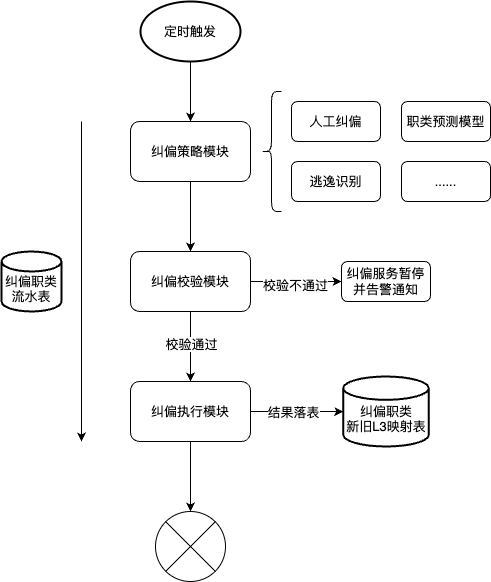
Before: work-draw-file/职类纠偏.png, a diagram exported from draw.io (liujunao/draw-data). Source tidied: cells renumbered, new cells last; positions are measured from the earlier drawing's top-left corner, leaving out a move shared by most shapes.
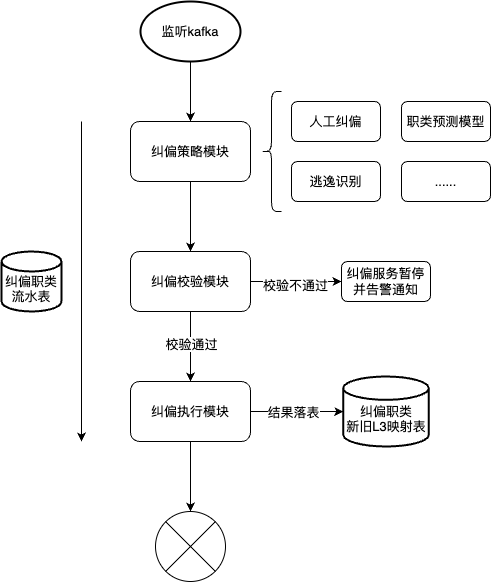
After the commit.

Commit message:
更新职类纠偏.png

The edit, as a diff of the source:
```diff
@@ -44,7 +44,7 @@
     <mxCell id="15" style="edgeStyle=orthogonalEdgeStyle;rounded=0;jettySize=auto;html=1;exitX=0.5;exitY=1;exitDx=0;exitDy=0;exitPerimeter=0;" parent="1" edge="1" source="16" target="12">
       <mxGeometry relative="1" as="geometry" />
     </mxCell>
-    <mxCell id="16" value="定时触发" style="strokeWidth=2;html=1;shape=mxgraph.flowchart.start_1;whiteSpace=wrap;" parent="1" vertex="1">
+    <mxCell id="16" value="监听kafka" style="strokeWidth=2;html=1;shape=mxgraph.flowchart.start_1;whiteSpace=wrap;" parent="1" vertex="1">
       <mxGeometry x="139" width="100" height="60" as="geometry" />
     </mxCell>
     <mxCell id="17" value="职类预测模型" style="rounded=1;whiteSpace=wrap;html=1;" parent="1" vertex="1">
```
